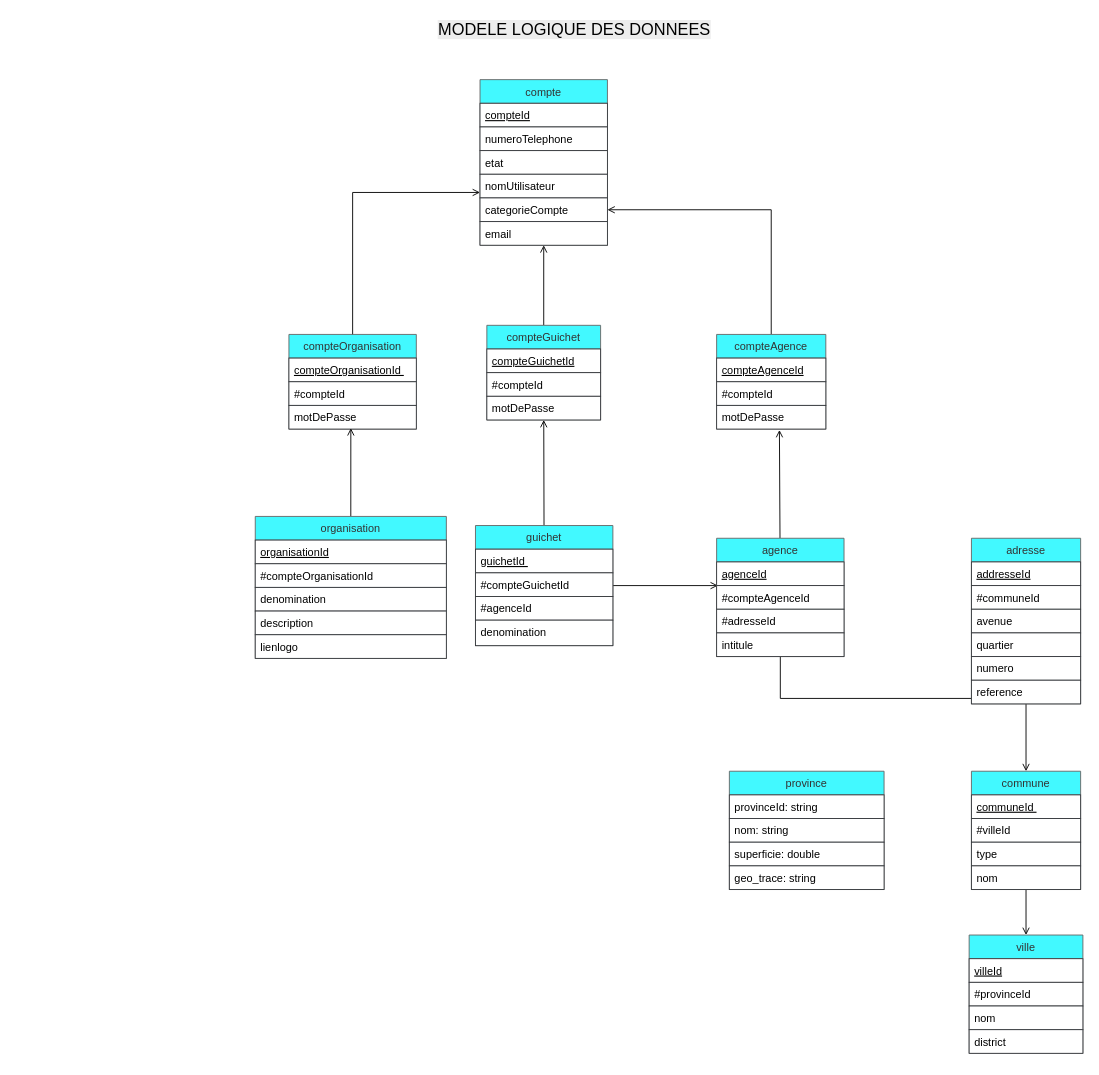
Earlier version of the draw.io diagram page "MLD" (2 of 3) of Untitled Diagram.drawio (FranckTshiz27/virtLine_api). Source tidied: cells renumbered, new cells numbered last; positions are measured from the earlier drawing's top-left corner, leaving out a move shared by most shapes. Both pictures are drawn from the tidied source at 91%, with x=0, y=0 at pixel (255, 15).
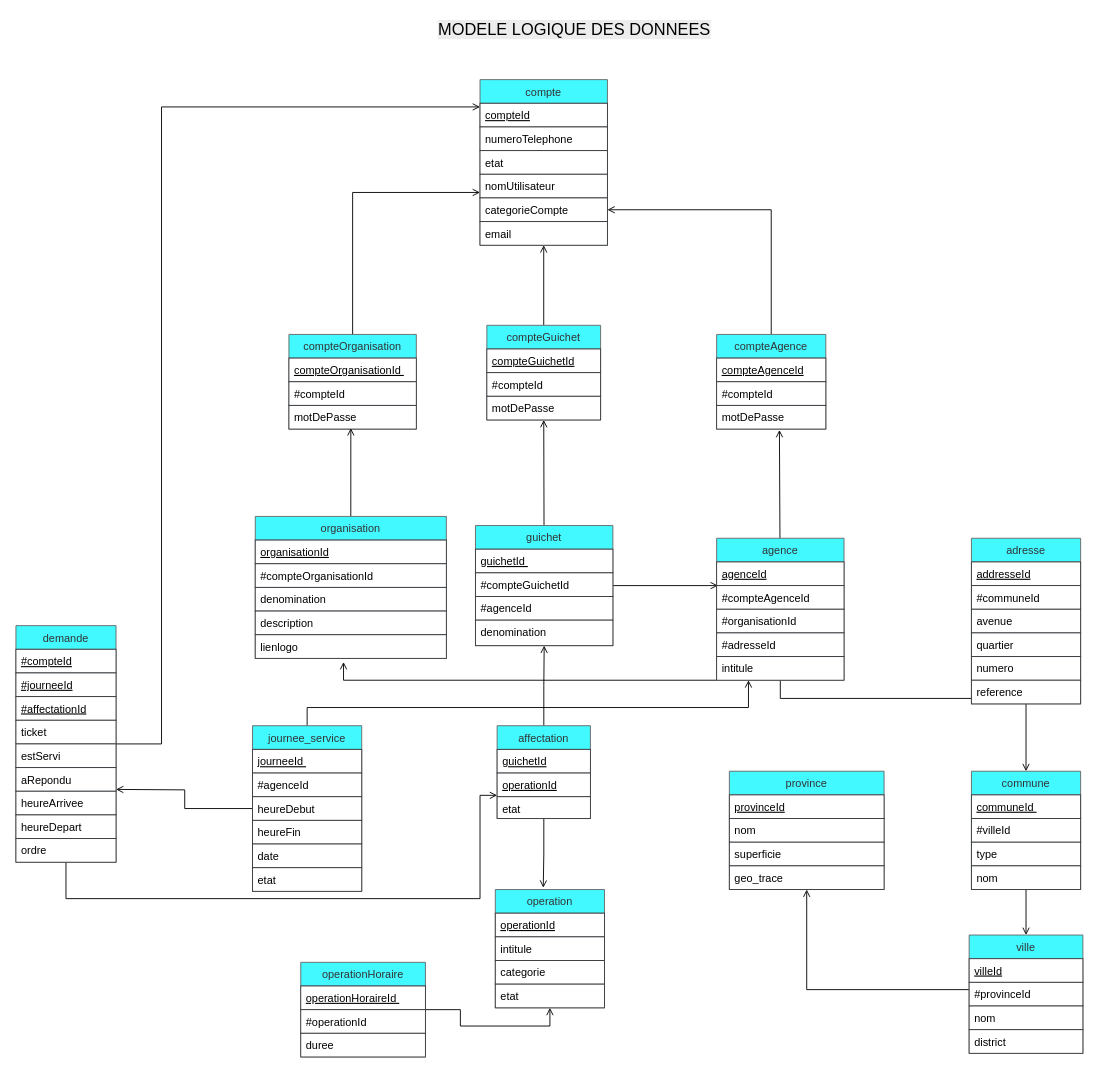
After the change.

The change refers to these unchanged cells:
```xml
<mxCell id="34" value="guichet" style="swimlane;fontStyle=0;horizontal=1;startSize=26;fillColor=#42F9FF;fontColor=#333333;strokeColor=#666666;rounded=0;strokeWidth=1;" parent="1" vertex="1">
  <mxGeometry x="242" y="560" width="151" height="132" as="geometry" />
</mxCell>
<mxCell id="60" value="ville" style="swimlane;fontStyle=0;horizontal=1;startSize=26;fillColor=#42F9FF;fontColor=#333333;strokeColor=#666666;rounded=0;strokeWidth=1;" parent="1" vertex="1">
  <mxGeometry x="784.5" y="1010" width="125" height="130" as="geometry" />
</mxCell>
<mxCell id="65" value="province" style="swimlane;fontStyle=0;horizontal=1;startSize=26;fillColor=#42F9FF;fontColor=#333333;strokeColor=#666666;rounded=0;strokeWidth=1;" parent="1" vertex="1">
  <mxGeometry x="521" y="830" width="170" height="130" as="geometry" />
</mxCell>
```

What changed in the source:
```diff
@@
+    <mxCell id="70" style="edgeStyle=orthogonalEdgeStyle;rounded=0;jettySize=auto;html=1;fontFamily=Verdana;fontSize=11;startArrow=none;startFill=0;endArrow=open;endFill=0;" parent="1" edge="1" source="41">
+      <mxGeometry relative="1" as="geometry">
+        <mxPoint x="97" y="710" as="targetPoint" />
+        <Array as="points">
+          <mxPoint x="577" y="730" />
+          <mxPoint x="97" y="730" />
+        </Array>
+      </mxGeometry>
+    </mxCell>
     <mxCell id="41" value="agence" style="swimlane;fontStyle=0;horizontal=1;startSize=26;fillColor=#42F9FF;fontColor=#333333;strokeColor=#666666;rounded=0;strokeWidth=1;" parent="1" vertex="1">
-      <mxGeometry x="507" y="574" width="140" height="130" as="geometry" />
+      <mxGeometry x="507" y="574" width="140" height="156" as="geometry" />
     </mxCell>
@@
+    <mxCell id="71" value="#organisationId" style="text;strokeColor=#36393d;fillColor=#fff;align=left;verticalAlign=top;spacingLeft=4;spacingRight=4;overflow=hidden;" parent="41" vertex="1">
+      <mxGeometry y="78" width="140" height="26" as="geometry" />
+    </mxCell>
     <mxCell id="44" value="#adresseId" style="text;strokeColor=#36393d;fillColor=#fff;align=left;verticalAlign=top;spacingLeft=4;spacingRight=4;overflow=hidden;" parent="41" vertex="1">
-      <mxGeometry y="78" width="140" height="26" as="geometry" />
+      <mxGeometry y="104" width="140" height="26" as="geometry" />
     </mxCell>
     <mxCell id="45" value="intitule" style="text;strokeColor=#36393d;fillColor=#FFFFFF;align=left;verticalAlign=top;spacingLeft=4;spacingRight=4;overflow=hidden;" parent="41" vertex="1">
-      <mxGeometry y="104" width="140" height="26" as="geometry" />
+      <mxGeometry y="130" width="140" height="26" as="geometry" />
     </mxCell>
@@
+    <mxCell id="72" style="edgeStyle=orthogonalEdgeStyle;rounded=0;jettySize=auto;html=1;fontFamily=Verdana;fontSize=11;startArrow=none;startFill=0;endArrow=open;endFill=0;" parent="1" edge="1" source="60" target="69">
+      <mxGeometry relative="1" as="geometry">
+        <Array as="points">
+          <mxPoint x="606" y="1070" />
+        </Array>
+      </mxGeometry>
+    </mxCell>
@@
-    <mxCell id="66" value="provinceId: string" style="text;strokeColor=#36393d;fillColor=#fff;align=left;verticalAlign=top;spacingLeft=4;spacingRight=4;overflow=hidden;" parent="65" vertex="1">
+    <mxCell id="66" value="provinceId" style="text;strokeColor=#36393d;fillColor=#fff;align=left;verticalAlign=top;spacingLeft=4;spacingRight=4;overflow=hidden;fontStyle=4;" parent="65" vertex="1">
       <mxGeometry y="26" width="170" height="26" as="geometry" />
     </mxCell>
-    <mxCell id="67" value="nom: string" style="text;strokeColor=#36393d;fillColor=#FFFFFF;align=left;verticalAlign=top;spacingLeft=4;spacingRight=4;overflow=hidden;" parent="65" vertex="1">
+    <mxCell id="67" value="nom" style="text;strokeColor=#36393d;fillColor=#FFFFFF;align=left;verticalAlign=top;spacingLeft=4;spacingRight=4;overflow=hidden;" parent="65" vertex="1">
       <mxGeometry y="52" width="170" height="26" as="geometry" />
     </mxCell>
-    <mxCell id="68" value="superficie: double" style="text;strokeColor=#36393d;fillColor=#FFFFFF;align=left;verticalAlign=top;spacingLeft=4;spacingRight=4;overflow=hidden;" parent="65" vertex="1">
+    <mxCell id="68" value="superficie" style="text;strokeColor=#36393d;fillColor=#FFFFFF;align=left;verticalAlign=top;spacingLeft=4;spacingRight=4;overflow=hidden;" parent="65" vertex="1">
       <mxGeometry y="78" width="170" height="26" as="geometry" />
     </mxCell>
-    <mxCell id="69" value="geo_trace: string" style="text;strokeColor=#36393d;fillColor=#FFFFFF;align=left;verticalAlign=top;spacingLeft=4;spacingRight=4;overflow=hidden;points=[[0,0.5],[1,0.5]];portConstraint=eastwest;" parent="65" vertex="1">
+    <mxCell id="69" value="geo_trace" style="text;strokeColor=#36393d;fillColor=#FFFFFF;align=left;verticalAlign=top;spacingLeft=4;spacingRight=4;overflow=hidden;points=[[0,0.5],[1,0.5]];portConstraint=eastwest;" parent="65" vertex="1">
       <mxGeometry y="104" width="170" height="26" as="geometry" />
     </mxCell>
+    <mxCell id="73" style="edgeStyle=orthogonalEdgeStyle;rounded=0;jettySize=auto;html=1;entryX=0.5;entryY=1;entryDx=0;entryDy=0;fontFamily=Verdana;fontSize=11;startArrow=none;startFill=0;endArrow=open;endFill=0;" parent="1" edge="1" source="75" target="34">
+      <mxGeometry relative="1" as="geometry" />
+    </mxCell>
+    <mxCell id="74" style="edgeStyle=orthogonalEdgeStyle;rounded=0;jettySize=auto;html=1;entryX=0.439;entryY=-0.015;entryDx=0;entryDy=0;entryPerimeter=0;fontFamily=Verdana;fontSize=11;startArrow=none;startFill=0;endArrow=open;endFill=0;" parent="1" edge="1" source="75" target="79">
+      <mxGeometry relative="1" as="geometry" />
+    </mxCell>
+    <mxCell id="75" value="affectation" style="swimlane;fontStyle=0;horizontal=1;startSize=26;fillColor=#42F9FF;fontColor=#333333;strokeColor=#666666;rounded=0;strokeWidth=1;" parent="1" vertex="1">
+      <mxGeometry x="265.8" y="780" width="102.5" height="102" as="geometry" />
+    </mxCell>
+    <mxCell id="76" value="guichetId" style="text;strokeColor=#36393d;fillColor=#fff;align=left;verticalAlign=top;spacingLeft=4;spacingRight=4;overflow=hidden;fontStyle=4;" parent="75" vertex="1">
+      <mxGeometry y="26" width="102.5" height="26" as="geometry" />
+    </mxCell>
+    <mxCell id="77" value="operationId" style="text;strokeColor=#36393d;fillColor=#fff;align=left;verticalAlign=top;spacingLeft=4;spacingRight=4;overflow=hidden;fontStyle=4;" parent="75" vertex="1">
+      <mxGeometry y="52" width="102.5" height="26" as="geometry" />
+    </mxCell>
+    <mxCell id="78" value="etat" style="text;strokeColor=#36393d;fillColor=#fff;align=left;verticalAlign=top;spacingLeft=4;spacingRight=4;overflow=hidden;" parent="75" vertex="1">
+      <mxGeometry y="78" width="102.5" height="24" as="geometry" />
+    </mxCell>
+    <mxCell id="79" value="operation" style="swimlane;fontStyle=0;horizontal=1;startSize=26;fillColor=#42F9FF;fontColor=#333333;strokeColor=#666666;rounded=0;strokeWidth=1;" parent="1" vertex="1">
+      <mxGeometry x="263.8" y="960" width="120" height="130" as="geometry" />
+    </mxCell>
+    <mxCell id="80" value="operationId" style="text;strokeColor=#36393d;fillColor=#fff;align=left;verticalAlign=top;spacingLeft=4;spacingRight=4;overflow=hidden;fontStyle=4;" parent="79" vertex="1">
+      <mxGeometry y="26" width="120" height="26" as="geometry" />
+    </mxCell>
+    <mxCell id="81" value="intitule" style="text;strokeColor=#36393d;fillColor=#FFFFFF;align=left;verticalAlign=top;spacingLeft=4;spacingRight=4;overflow=hidden;" parent="79" vertex="1">
+      <mxGeometry y="52" width="120" height="26" as="geometry" />
+    </mxCell>
+    <mxCell id="82" value="categorie " style="text;strokeColor=#36393d;fillColor=#FFFFFF;align=left;verticalAlign=top;spacingLeft=4;spacingRight=4;overflow=hidden;" parent="79" vertex="1">
+      <mxGeometry y="78" width="120" height="26" as="geometry" />
+    </mxCell>
+    <mxCell id="83" value="etat" style="text;strokeColor=#36393d;fillColor=#FFFFFF;align=left;verticalAlign=top;spacingLeft=4;spacingRight=4;overflow=hidden;" parent="79" vertex="1">
+      <mxGeometry y="104" width="120" height="26" as="geometry" />
+    </mxCell>
+    <mxCell id="84" style="edgeStyle=orthogonalEdgeStyle;rounded=0;jettySize=auto;html=1;entryX=0.5;entryY=1;entryDx=0;entryDy=0;fontFamily=Verdana;fontSize=11;startArrow=none;startFill=0;endArrow=open;endFill=0;" parent="1" edge="1" source="85" target="79">
+      <mxGeometry relative="1" as="geometry" />
+    </mxCell>
+    <mxCell id="85" value="operationHoraire" style="swimlane;fontStyle=0;horizontal=1;startSize=26;fillColor=#42F9FF;fontColor=#333333;strokeColor=#666666;rounded=0;strokeWidth=1;" parent="1" vertex="1">
+      <mxGeometry x="50" y="1040" width="137" height="104" as="geometry" />
+    </mxCell>
+    <mxCell id="86" value="operationHoraireId " style="text;strokeColor=#36393d;fillColor=#fff;align=left;verticalAlign=top;spacingLeft=4;spacingRight=4;overflow=hidden;fontStyle=4;" parent="85" vertex="1">
+      <mxGeometry y="26" width="137" height="26" as="geometry" />
+    </mxCell>
+    <mxCell id="87" value="#operationId" style="text;strokeColor=#36393d;fillColor=#fff;align=left;verticalAlign=top;spacingLeft=4;spacingRight=4;overflow=hidden;" parent="85" vertex="1">
+      <mxGeometry y="52" width="137" height="26" as="geometry" />
+    </mxCell>
+    <mxCell id="88" value="duree " style="text;strokeColor=#36393d;fillColor=#FFFFFF;align=left;verticalAlign=top;spacingLeft=4;spacingRight=4;overflow=hidden;" parent="85" vertex="1">
+      <mxGeometry y="78" width="137" height="26" as="geometry" />
+    </mxCell>
+    <mxCell id="89" style="edgeStyle=orthogonalEdgeStyle;rounded=0;jettySize=auto;html=1;entryX=0.25;entryY=1;entryDx=0;entryDy=0;fontFamily=Verdana;fontSize=11;startArrow=none;startFill=0;endArrow=open;endFill=0;" parent="1" edge="1" source="91" target="41">
+      <mxGeometry relative="1" as="geometry">
+        <Array as="points">
+          <mxPoint x="57" y="760" />
+          <mxPoint x="542" y="760" />
+        </Array>
+      </mxGeometry>
+    </mxCell>
+    <mxCell id="90" style="edgeStyle=orthogonalEdgeStyle;rounded=0;jettySize=auto;html=1;fontFamily=Verdana;fontSize=11;startArrow=none;startFill=0;endArrow=open;endFill=0;" parent="1" edge="1" source="91">
+      <mxGeometry relative="1" as="geometry">
+        <mxPoint x="-153" y="850" as="targetPoint" />
+      </mxGeometry>
+    </mxCell>
+    <mxCell id="91" value="journee_service" style="swimlane;fontStyle=0;horizontal=1;startSize=26;fillColor=#42F9FF;fontColor=#333333;strokeColor=#666666;rounded=0;strokeWidth=1;" parent="1" vertex="1">
+      <mxGeometry x="-3" y="780" width="120" height="182" as="geometry" />
+    </mxCell>
+    <mxCell id="92" value="journeeId " style="text;strokeColor=#36393d;fillColor=#fff;align=left;verticalAlign=top;spacingLeft=4;spacingRight=4;overflow=hidden;fontStyle=4;" parent="91" vertex="1">
+      <mxGeometry y="26" width="120" height="26" as="geometry" />
+    </mxCell>
+    <mxCell id="93" value="#agenceId" style="text;strokeColor=#36393d;fillColor=#fff;align=left;verticalAlign=top;spacingLeft=4;spacingRight=4;overflow=hidden;" parent="91" vertex="1">
+      <mxGeometry y="52" width="120" height="26" as="geometry" />
+    </mxCell>
+    <mxCell id="94" value="heureDebut " style="text;strokeColor=#36393d;fillColor=#fff;align=left;verticalAlign=top;spacingLeft=4;spacingRight=4;overflow=hidden;" parent="91" vertex="1">
+      <mxGeometry y="78" width="120" height="26" as="geometry" />
+    </mxCell>
+    <mxCell id="95" value="heureFin " style="text;strokeColor=#36393d;fillColor=#fff;align=left;verticalAlign=top;spacingLeft=4;spacingRight=4;overflow=hidden;" parent="91" vertex="1">
+      <mxGeometry y="104" width="120" height="26" as="geometry" />
+    </mxCell>
+    <mxCell id="96" value="date" style="text;strokeColor=#36393d;fillColor=#fff;align=left;verticalAlign=top;spacingLeft=4;spacingRight=4;overflow=hidden;" parent="91" vertex="1">
+      <mxGeometry y="130" width="120" height="26" as="geometry" />
+    </mxCell>
+    <mxCell id="97" value="etat" style="text;strokeColor=#36393d;fillColor=#fff;align=left;verticalAlign=top;spacingLeft=4;spacingRight=4;overflow=hidden;" parent="91" vertex="1">
+      <mxGeometry y="156" width="120" height="26" as="geometry" />
+    </mxCell>
+    <mxCell id="98" style="edgeStyle=orthogonalEdgeStyle;rounded=0;jettySize=auto;html=1;fontFamily=Verdana;fontSize=11;startArrow=none;startFill=0;endArrow=open;endFill=0;" parent="1" edge="1" source="100">
+      <mxGeometry relative="1" as="geometry">
+        <mxPoint x="247" y="100" as="targetPoint" />
+        <Array as="points">
+          <mxPoint x="-103" y="100" />
+        </Array>
+      </mxGeometry>
+    </mxCell>
+    <mxCell id="99" style="edgeStyle=orthogonalEdgeStyle;rounded=0;jettySize=auto;html=1;entryX=0;entryY=0.75;entryDx=0;entryDy=0;fontFamily=Verdana;fontSize=11;startArrow=none;startFill=0;endArrow=open;endFill=0;" parent="1" edge="1" source="100" target="75">
+      <mxGeometry relative="1" as="geometry">
+        <Array as="points">
+          <mxPoint x="-208" y="970" />
+          <mxPoint x="247" y="970" />
+          <mxPoint x="247" y="857" />
+        </Array>
+      </mxGeometry>
+    </mxCell>
+    <mxCell id="100" value="demande" style="swimlane;fontStyle=0;horizontal=1;startSize=26;fillColor=#42F9FF;fontColor=#333333;strokeColor=#666666;rounded=0;strokeWidth=1;" parent="1" vertex="1">
+      <mxGeometry x="-263" y="670" width="110" height="260" as="geometry" />
+    </mxCell>
+    <mxCell id="101" value="#compteId" style="text;strokeColor=#36393d;fillColor=#fff;align=left;verticalAlign=top;spacingLeft=4;spacingRight=4;overflow=hidden;fontStyle=4;" parent="100" vertex="1">
+      <mxGeometry y="26" width="110" height="26" as="geometry" />
+    </mxCell>
+    <mxCell id="102" value="#journeeId" style="text;strokeColor=#36393d;fillColor=#fff;align=left;verticalAlign=top;spacingLeft=4;spacingRight=4;overflow=hidden;fontStyle=4;" parent="100" vertex="1">
+      <mxGeometry y="52" width="110" height="26" as="geometry" />
+    </mxCell>
+    <mxCell id="103" value="#affectationId" style="text;strokeColor=#36393d;fillColor=#fff;align=left;verticalAlign=top;spacingLeft=4;spacingRight=4;overflow=hidden;fontStyle=4;" parent="100" vertex="1">
+      <mxGeometry y="78" width="110" height="26" as="geometry" />
+    </mxCell>
+    <mxCell id="104" value="ticket" style="text;strokeColor=#36393d;fillColor=#fff;align=left;verticalAlign=top;spacingLeft=4;spacingRight=4;overflow=hidden;" parent="100" vertex="1">
+      <mxGeometry y="104" width="110" height="26" as="geometry" />
+    </mxCell>
+    <mxCell id="105" value="estServi " style="text;strokeColor=#36393d;fillColor=#fff;align=left;verticalAlign=top;spacingLeft=4;spacingRight=4;overflow=hidden;" parent="100" vertex="1">
+      <mxGeometry y="130" width="110" height="26" as="geometry" />
+    </mxCell>
+    <mxCell id="106" value="aRepondu" style="text;strokeColor=#36393d;fillColor=#fff;align=left;verticalAlign=top;spacingLeft=4;spacingRight=4;overflow=hidden;" parent="100" vertex="1">
+      <mxGeometry y="156" width="110" height="26" as="geometry" />
+    </mxCell>
+    <mxCell id="107" value="heureArrivee" style="text;strokeColor=#36393d;fillColor=#fff;align=left;verticalAlign=top;spacingLeft=4;spacingRight=4;overflow=hidden;" parent="100" vertex="1">
+      <mxGeometry y="182" width="110" height="26" as="geometry" />
+    </mxCell>
+    <mxCell id="108" value="heureDepart" style="text;strokeColor=#36393d;fillColor=#fff;align=left;verticalAlign=top;spacingLeft=4;spacingRight=4;overflow=hidden;" parent="100" vertex="1">
+      <mxGeometry y="208" width="110" height="26" as="geometry" />
+    </mxCell>
+    <mxCell id="109" value="ordre" style="text;strokeColor=#36393d;fillColor=#fff;align=left;verticalAlign=top;spacingLeft=4;spacingRight=4;overflow=hidden;" parent="100" vertex="1">
+      <mxGeometry y="234" width="110" height="26" as="geometry" />
+    </mxCell>
```
